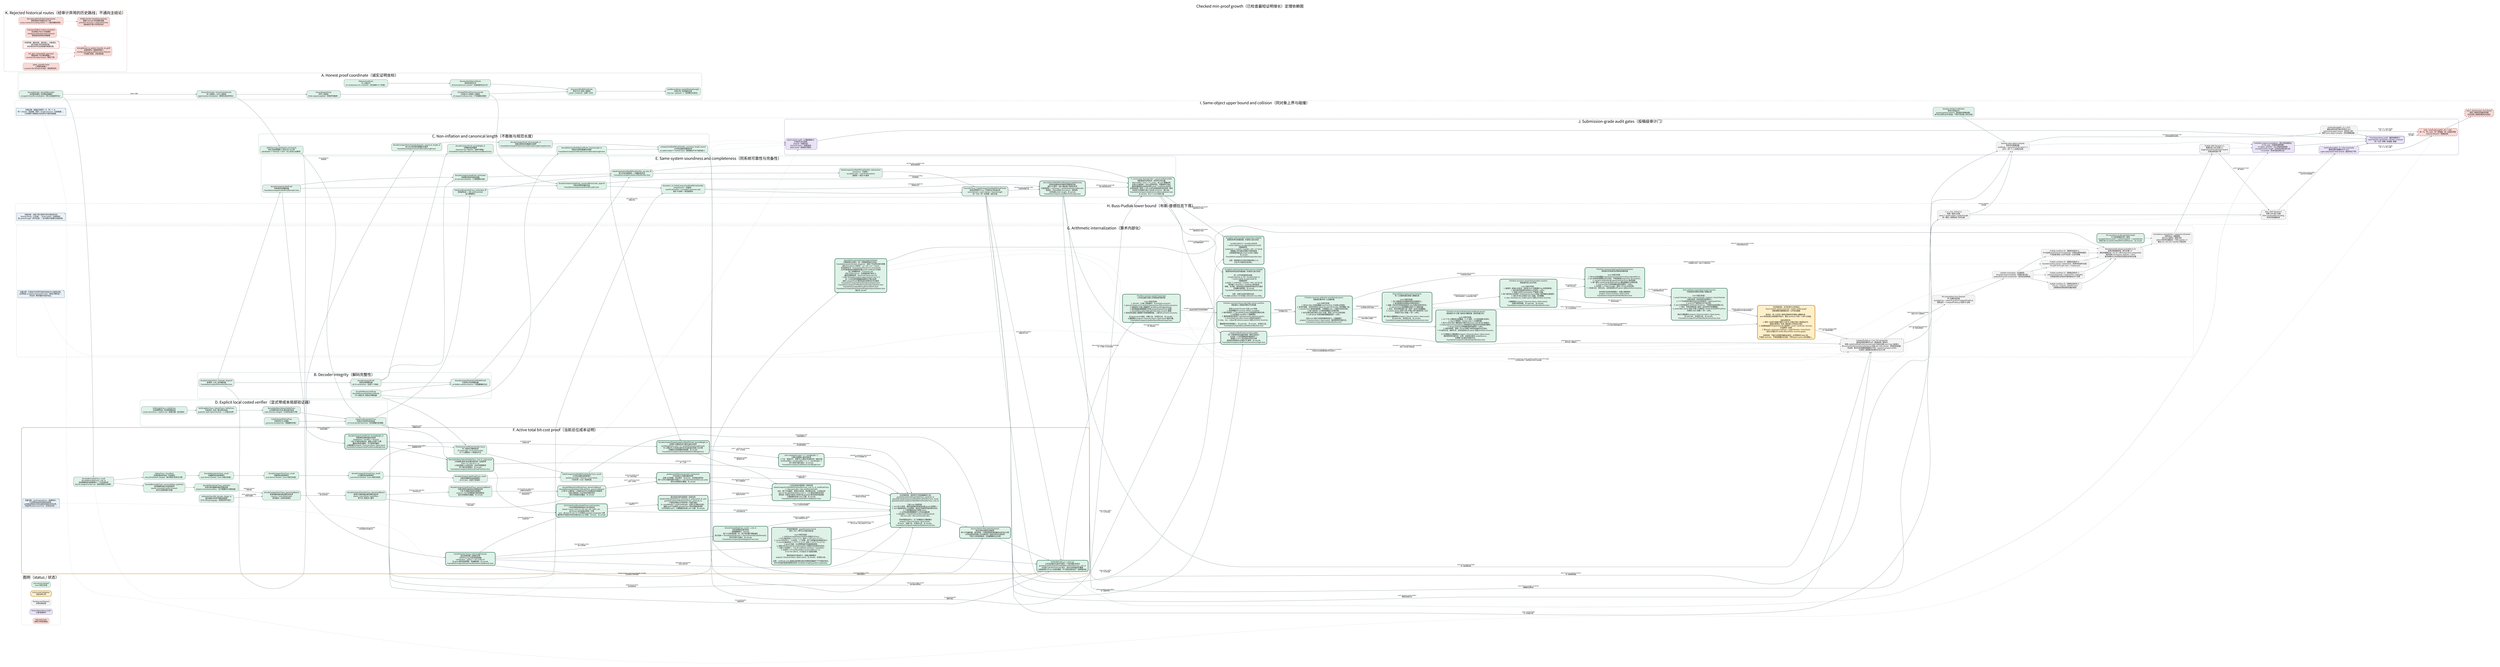
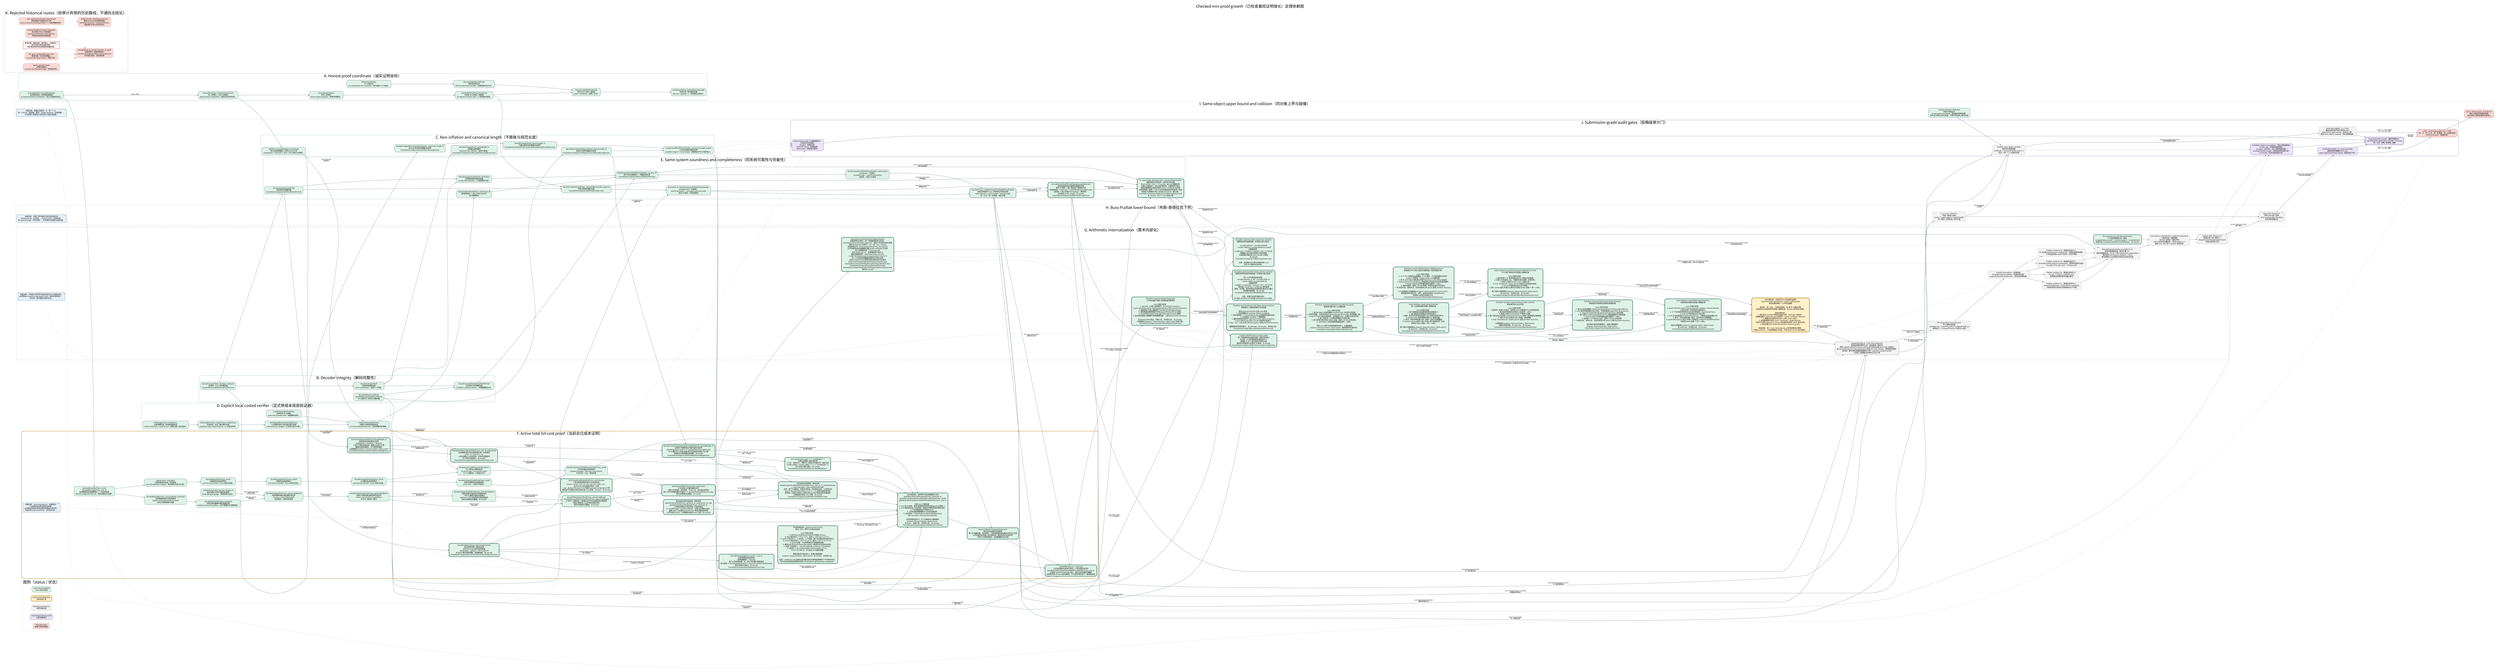
digraph CheckedMinProofDependencies {
  graph [
    rankdir=LR,
    bgcolor="white",
    compound=true,
    newrank=true,
    pad="0.35",
    nodesep="0.30",
    ranksep="0.62",
    fontname="Noto Sans CJK SC",
    fontsize=24,
    label="Checked min-proof growth（已检查最短证明增长）定理依赖图",
    labelloc="t",
    labeljust="c"
  ];
  node [
    shape=box,
    style="rounded,filled",
    fontname="Noto Sans CJK SC",
    fontsize=10.5,
    color="#526d75",
    fillcolor="#eef3f4",
    margin="0.14,0.09",
    penwidth=1.2
  ];
  edge [
    fontname="Noto Sans CJK SC",
    fontsize=8.5,
    color="#65777d",
    arrowsize=0.68,
    penwidth=1.05
  ];

  subgraph cluster_legend {
    label="图例（status / 状态）";
    color="#c8d1d4";
    style="rounded";
    done [label="Lean kernel checked\nLean 内核已检查", fillcolor="#dff2e8", color="#3f7c66"];
    active [label="Active proof obligation\n当前证明义务", fillcolor="#fff0c9", color="#b37a12", penwidth=2.2];
    pending [label="Pending root theorem\n待闭合根定理", fillcolor="#f3f3f3", color="#777777", style="rounded,filled,dashed"];
    audit [label="Axiom/dependency audit\n公理/依赖审计", fillcolor="#e9e3f5", color="#76639a"];
    rejected [label="Rejected route\n经审计弃用的路线", fillcolor="#f8d9d6", color="#a8443d", style="rounded,filled,dashed"];
  }

  subgraph cluster_coordinate {
    label="A. Honest proof coordinate（诚实证明坐标）";
    color="#8fb7aa";
    style="rounded";

    natcode [label="binaryNatCode / decodeBinaryNat\n自然数前缀码 / 自然数前缀解码\nescaped-bit prefix serialization（转义位前缀序列化）", fillcolor="#dff2e8"];
    syntaxcode [label="binaryTermCode + binaryFormulaCode\n项二进制码 + 公式二进制码\ntyped syntax serialization（类型化语法序列化）", fillcolor="#dff2e8"];
    sequentcode [label="binarySequentCode\n序列二进制码\nfinite sequent payload（有限序列载荷）", fillcolor="#dff2e8"];
    prooftree [label="CheckedPAProofTree.binaryCode\n已检查 PA 证明树二进制码\n10 sequent-calculus rules（十条相继式规则）", fillcolor="#dff2e8"];
    axiomcert [label="PAAxiomCertificate\nPA 公理证书\n23 constructors incl. induction（含归纳的 23 个构造）", fillcolor="#dff2e8"];
    structcert [label="StructuralValidityCertificate\n结构有效性证书\nall local witnesses counted（全部局部见证计长）", fillcolor="#dff2e8"];
    certifiedcode [label="binaryCertifiedPAProofCode\n带证书 PA 证明二进制码\nproof + certificate（证明 + 证书）", fillcolor="#dff2e8"];
    packedcode [label="packBinaryString / packedPayloadLength\n位串打包 / 有效载荷长度\nNat.size = payload + 1（自然数位长等式）", fillcolor="#dff2e8"];

    natcode -> syntaxcode [label="labels / 标签"];
    syntaxcode -> sequentcode;
    sequentcode -> prooftree;
    axiomcert -> structcert;
    prooftree -> certifiedcode;
    structcert -> certifiedcode;
    certifiedcode -> packedcode;
  }

  subgraph cluster_decoder {
    label="B. Decoder integrity（解码完整性）";
    color="#8fb7aa";
    style="rounded";

    typeddecoder [label="decodeCompactTerm / Formula / Sequent\n紧凑项 / 公式 / 序列解码器\nFoundationCompactPAProofVerifier.lean", fillcolor="#dff2e8"];
    proofdecoder [label="decodeCompactProof\n紧凑证明树解码器\nall 10 constructors（全部十个构造）", fillcolor="#dff2e8"];
    certdecoder [label="decodePAAxiomCertificate\ndecodeStructuralValidityCertificate\nPA 公理证书 / 结构证书解码器", fillcolor="#dff2e8"];
    packeddecoder [label="decodeCompactPackedCertifiedPAProof\n打包带证书证明解码器\nno hidden auxiliary witness（无隐藏辅助见证）", fillcolor="#dff2e8"];

    typeddecoder -> proofdecoder;
    certdecoder -> packeddecoder;
    proofdecoder -> packeddecoder;
  }

  subgraph cluster_size {
    label="C. Non-inflation and canonical length（不膨胀与规范长度）";
    color="#8fb7aa";
    style="rounded";

    structural [label="decodeCompactProof_parseWeight_le\n证明解码结构量界\nstructural non-inflation（结构不膨胀）\nFoundationCompactProofDecoderStructuralBound.lean", fillcolor="#dff2e8"];
    syntaxcanonical [label="decodeCompactTerm/Formula/Sequent_canonical_length_le\n项/公式/序列规范重编码长度界\nFoundationCompactCanonicalDecodeLength.lean", fillcolor="#dff2e8"];
    proofcanonical [label="decodeCompactProof_binaryLength_le\n完整证明树规范重编码长度界\nFoundationCompactProofCanonicalDecodeLengthComplete.lean", fillcolor="#dff2e8"];
    certcanonical [label="decodeStructuralValidityCertificate_binaryLength_le\n结构证书规范重编码长度界\nFoundationCompactCertificateCanonicalDecodeLength.lean", fillcolor="#dff2e8"];
    totalcanonical [label="compactCertifiedPAProofVerifier_canonical_length_bound\n公开验证器规范载荷总界\naccepted output <= honest input（接受输出不长于诚实输入）", fillcolor="#dff2e8"];
    transformsize [label="shift/free/neg/substitution size bounds\n移位/自由变量嵌入/否定/代入大小界\nsubstitution <= formula × term（代入至多公式乘项）", fillcolor="#dff2e8"];

    typeddecoder -> syntaxcanonical;
    proofdecoder -> structural;
    syntaxcanonical -> proofcanonical;
    certdecoder -> certcanonical;
    proofcanonical -> totalcanonical;
    certcanonical -> totalcanonical;
    syntaxcode -> transformsize;
  }

  subgraph cluster_explicit_local {
    label="D. Explicit local costed verifier（显式带成本局部验证器）";
    color="#8fb7aa";
    style="rounded";

    biteq [label="bitStringEqTrace / natEqTrace\n位串相等轨迹 / 自然数相等轨迹\nresult correctness + explicit cost（结果正确 + 显式成本）", fillcolor="#dff2e8"];
    bitset [label="bitStringMemTrace / SubsetTrace / SetEqTrace\n位串成员 / 包含 / 集合等价轨迹\nquadratic-style explicit bounds（二次型显式界）", fillcolor="#dff2e8"];
    formulalist [label="formulaEq/Mem/Subset/SetEqTrace\n公式相等/成员/包含/集合等价轨迹\ncode emission charged（公式码生成已计费）", fillcolor="#dff2e8"];
    listedtree [label="ListedCheckedPAProofTree\n列表序列 PA 证明树\npreserves decoded lists（保留解码列表）", fillcolor="#dff2e8"];
    listedcert [label="listedCertificateValidTrace\n列表证书有效性成本轨迹\nno Finset decide black box（无有限集判定黑箱）", fillcolor="#dff2e8"];

    biteq -> bitset;
    bitset -> formulalist;
    listedtree -> listedcert;
    formulalist -> listedcert;
    transformsize -> listedcert [label="local transforms\n局部变换"];
  }

  subgraph cluster_same_system {
    label="E. Same-system soundness and completeness（同系统可靠性与完备性）";
    color="#8fb7aa";
    style="rounded";

    listdecoder [label="decodeCompactListedProof\n列表保持证明解码器\nFoundationCompactListedProofDecoder.lean", fillcolor="#dff2e8"];
    projection [label="decodeCompactListedProof_toChecked\n列表解码投影到原检查器\n10-rule fuel induction（十规则燃料归纳）", fillcolor="#dff2e8"];
    localiff [label="listedCertificateValidTrace_toChecked_iff\n新局部轨迹 <-> 原 certificateValid\n语义精确等价", fillcolor="#dff2e8"];
    publiciff [label="listedCompactCertifiedPAProofVerifier_eq_true_iff\n新公开验证器接受 <-> 精确检查关系\nFoundationCompactListedCertifiedVerifier.lean", fillcolor="#dff2e8"];
    soundness [label="listedCompactCertifiedPAProofVerifier_toDerivation\nsoundness（可靠性）\naccepted code -> real PA Derivation2\n接受码 -> 真实 PA 推导", fillcolor="#dff2e8"];
    listencoder [label="decodeCompactListedProof_canonicalBinaryCode_append\n列表证明规范编码往返\nFoundationCompactListedProofEncoder.lean", fillcolor="#dff2e8"];
    completeness [label="derivation_to_listedCompactCertifiedPAProofVerifier\ncompleteness（完备性）\nreal PA derivation -> accepted canonical code\n真实 PA 推导 -> 规范接受码", fillcolor="#dff2e8"];
    predicate [label="Concrete P(x,y) / ListedCompactCertifiedPAProofChecks\n具体证明谓词 P(x,y) / 列表带证书检查关系\nsame formula + same checker + honest length\n同一公式 + 同一检查器 + 诚实长度", fillcolor="#dff2e8", penwidth=2.0];
    minmeasure [
      label="minListedCertifiedPAProofPayloadLength(formula)\n具体检查器诱导的最短完整载荷长度\n真实 PA 推导 -> 最小值由某个接受码实现\n任意接受码 -> minimum <= packedPayloadLength(code)\n接受码 -> 同公式真实 Derivation2（推导树）\n无项目级 proof_length；无 sorryAx\nFoundationCompactListedMinProofLength.lean",
      fillcolor="#dff2e8", color="#2f6f57", penwidth=2.8
    ];
    canonicalnormalize [
      label="P_canon(code, formulaCode) + canonical Bool verifier\n纯数值规范证明关系 + 规范布尔验证器\nBool verifier = true <-> P_canon，由 Lean 精确证明\n任意公开接受码 -> 同公式码规范码，完整载荷不增长\n最短完整载荷必由真实规范 proof + certificate 码实现\n全体码有限一致性 <-> 同 cutoff 的纯数值规范码有限一致性\n非规范/冗余编码不能人为压低 minimum（最小值）\nFoundationCompactListedCanonicalNormalization.lean\n无 sorryAx；仅三个 Lean 标准公理",
      fillcolor="#dff2e8", color="#2f6f57", penwidth=2.8
    ];

    typeddecoder -> listdecoder;
    listdecoder -> projection;
    proofdecoder -> projection;
    listedcert -> localiff;
    projection -> publiciff;
    localiff -> publiciff;
    packeddecoder -> publiciff;
    publiciff -> soundness;
    prooftree -> listencoder;
    listdecoder -> listencoder;
    listencoder -> completeness;
    listedcert -> completeness;
    soundness -> predicate;
    completeness -> predicate;
    predicate -> minmeasure [label="minimum over accepted codes\n对接受码取最小值"];
    completeness -> minmeasure [label="nonempty accepted set\n接受集合非空"];
    publiciff -> canonicalnormalize [label="decode every accepted code\n解码任意接受码"];
    listencoder -> canonicalnormalize [label="canonical re-encoding\n规范重编码"];
    totalcanonical -> canonicalnormalize [label="no payload growth\n载荷不增长"];
    minmeasure -> canonicalnormalize [label="minimum realized canonically\n最小值由规范码实现"];
  }

  subgraph cluster_cost_active {
    label="F. Active total bit-cost proof（当前总位成本证明）";
    color="#c18a27";
    style="rounded,bold";

    nattrace [label="decodeBinaryNatTrace_result\ndecodeBinaryNatTrace_cost_le\n自然数解码轨迹结果等价 + 二次位成本界\nNat.bit charged by Nat.size（按自然数位长收费）", fillcolor="#dff2e8", color="#3f7c66"];
    tracebind [label="OptionTrace + traceBind\n可选结果成本轨迹 + 轨迹绑定\nevery bind/failure charged（每次绑定/失败均计费）", fillcolor="#dff2e8", color="#3f7c66"];
    vectortrace [label="decodeManyVectorTrace_result\n向量解码轨迹结果等价\nLean kernel checked（Lean 内核已检查）", fillcolor="#dff2e8", color="#3f7c66"];
    termtrace [label="decodeCompactTermTrace_result\n项解码轨迹结果等价\nLean kernel checked（Lean 内核已检查）", fillcolor="#dff2e8", color="#3f7c66"];
    formulatrace [label="decodeCompactFormulaTrace_result\n公式解码轨迹结果等价\nLean kernel checked（Lean 内核已检查）", fillcolor="#dff2e8", color="#3f7c66"];
    prooftrace [label="decodeCompactListedProofTrace_result\n列表证明解码轨迹结果等价\nall 10 rules（全部十条规则）", fillcolor="#dff2e8", color="#3f7c66"];
    certtrace [label="PA/structural certificate decoder traces\nPA / 结构证书解码轨迹\n23 axiom tags + 4 recursive nodes\n23 个公理标签 + 4 种递归节点", fillcolor="#dff2e8", color="#3f7c66"];
    publictrace [label="listedCompactCertifiedPAProofVerifierTrace_result\n公开验证器轨迹结果等价\npacked envelope + formula + local checks\n打包外壳 + 公式 + 局部检查", fillcolor="#dff2e8", color="#3f7c66"];
    natpotential [label="decodeBinaryNatTrace_success/failure_potential\n自然数解码成功/失败势能界\nquartic consumed-prefix invariant\n四次已消费前缀不变量", fillcolor="#dff2e8", color="#3f7c66"];
    vectorpotential [label="decodeManyVectorTrace_potential\n任意长度向量解码摊还势能定理\ndisjoint consumed prefixes（互不重叠的已消费前缀）", fillcolor="#dff2e8", color="#3f7c66"];
    symbolcharge [label="arithmeticFunc/Rel_decode_charge_le\n算术函数/关系符号解码收费界\nfinite ORing language（有限有序环语言）", fillcolor="#dff2e8", color="#3f7c66"];
    termpotential [label="decodeCompactTermTrace_parserCostBound\n紧凑项解码器全路径摊还成本界\nsuccess + every failure path\n成功路径 + 全部失败路径", fillcolor="#dff2e8", color="#3f7c66"];
    formulapotential [label="decodeCompactFormulaTrace_parserCostBound\n紧凑公式解码器全路径摊还成本界\natoms / connectives / quantifiers\n原子式 / 联结词 / 量词", fillcolor="#dff2e8", color="#3f7c66"];
    proofpotential [
      label="decodeCompactListedProofTrace_parserCostBound\n列表证明树全路径四次势能成本界\n十条 PA 相继式规则全部通过\nand/cut 二叉子证明势能已望远镜相消\n成功/失败路径全覆盖；无 sorryAx",
      fillcolor="#dff2e8", color="#3f7c66"
    ];
    certpotential [
      label="decodePAAxiomCertificateTrace_parserCostBound\ndecodeStructuralValidityCertificateTrace_parserCostBound\n23 种 PA 公理标签 + 4 种递归证书节点全路径四次势能界\n归纳公理体和二元证书树已摊还闭合\n成功/失败路径全覆盖；无 sorryAx",
      fillcolor="#dff2e8", color="#3f7c66", penwidth=2.2
    ];
    packedcost [
      label="packed proof/formula decoder cost bounds\n打包证明/公式解码器成本界\n证明+证书串联、末位哨兵、dropLast、空后缀全部闭合\n两个公开打包解码器均不超过 2 × decoderPotential(Nat.size code)\n成功/失败路径全覆盖；无 sorryAx",
      fillcolor="#dff2e8", color="#2f6f57", penwidth=2.8
    ];
    transformcode [
      label="transformation binary-code length bounds\n语法变换完整二进制码长界\nshift/free/neg 均至多线性膨胀\nsubstitution：|phi[t]| <= 3(F+1)(W+1)F\n含 qpow 量词深度预算；无隐藏参数；无 sorryAx\nFoundationCompactSyntaxTransformationCodeBounds.lean",
      fillcolor="#dff2e8", color="#2f6f57", penwidth=2.8
    ];
    negtrace [
      label="binaryFormulaNegTrace_result / _cost_le\n否定变换真实递归轨迹\n结果精确等于 ∼formula\n每个公式构造收费一步；原子项向量不重复遍历\n执行成本 <= formulaSymbolCount <= |binaryFormulaCode(formula)|\n单文件探针已通过；无 sorryAx\nFoundationCompactSyntaxNegationTrace.lean",
      fillcolor="#dff2e8", color="#2f6f57", penwidth=2.8
    ];
    axmjoint [
      label="axm comparator input <= 2 * jointWeight + 1\n公理比较器输入联合坐标界\n上下文、候选句子、完整 PA 公理证书均落在同一诚实位权\ncertificateBits + sentenceBits + 1 <= 2 * jointWeight + 1\n四个坐标引理已通过；无 sorryAx\nFoundationCompactListedAxiomJointWeight.lean",
      fillcolor="#dff2e8", color="#2f6f57", penwidth=2.8
    ];
    honestproof [
      label="decodeCompactListedProof_honestWeight_le\n列表保持证明树诚实位权界\nweight(tree) + 8|suffix| <= 8|input|\n十条 PA 规则全部闭合；重复公式逐个计费\n覆盖任意成功解码，不只是规范编码\n公理画像仅 propext / Classical.choice / Quot.sound\nFoundationCompactListedProofHonestWeight.lean",
      fillcolor="#dff2e8", color="#2f6f57", penwidth=2.8
    ];
    honestcert [
      label="decodeCompactPackedListedCertifiedPAProof_honestWeight_le\n证明树+完整结构证书联合诚实位权界\njointWeight(tree,cert) <= 8 * packedPayloadLength(code)\nPA 公理证书 23 标签及递归证书全部由实际输入位计费\n无辅助见证和隐藏长度参数；无 sorryAx\nFoundationCompactListedCertifiedHonestWeight.lean",
      fillcolor="#dff2e8", color="#2f6f57", penwidth=2.8
    ];
    localprimitives [
      label="formulaEq/Mem/Subset/SetEqTrace_cost_le_polynomial\n公式相等/成员/包含/集合等价统一位成本界\nP(w) = 4 + 2(w+3)^2 + w\nw 是全部输入公式码位权，包含列表重复项\n四个端点全部通过；无 sorryAx\nFoundationCompactListedLocalCostPrimitives.lean",
      fillcolor="#dff2e8", color="#2f6f57", penwidth=2.8
    ];
    localbranches9 [
      label="10/10 listedCertificateValidTrace cost branches\n十条证明规则局部成本分支全部闭合\nclosed / verum / and / or / all / exs / wk / shift / cut：\n由 P(G(w)) 及生成语法界统一计费\naxm：由 A(w)=K*(2w+1)^12 的真实 guarded comparator 计费\n最终每节点固定多项式包络已由 Lean 检查；无 haxm、无 sorryAx",
      fillcolor="#dff2e8", color="#2f6f57", penwidth=2.8
    ];
    localinduction [
      label="联合坐标内部归纳骨架 + 具体实例\nlistedCertificateValidTrace_jointCost_le_polynomial_of_axm\nguardedListedCertificateValidTrace_jointCost_le\n十规则证明树/证书同步统一归纳已通过\nb = proofWeight + certificateWeight（证明+证书联合位权）\n抽象 haxm 已由真实 guarded axm 成本定理具体消除\n公开实例无 haxm；公理画像仅标准 Lean 公理；无 sorryAx",
      fillcolor="#dff2e8", color="#2f6f57", penwidth=2.8
    ];
    publicskeleton [
      label="公开总成本内部骨架 + 具体实例\nlistedCompactCertifiedPAProofVerifierTrace_cost_le_of_certificateTrace\ns = Nat.size(code) + Nat.size(formulaCode)\n合并：两个打包解码、局部证书检查、结论集合比较、公式码比较\nQ(s)=4*decoderPotential(s)+L(s)+1，L(s) 是显式固定多项式\n原先唯一内部证书成本义务现已由 guarded 联合成本定理消除\n公理画像仅标准 Lean 公理；无 sorryAx\nFoundationCompactListedPublicCostSkeleton.lean",
      fillcolor="#dff2e8", color="#2f6f57", penwidth=2.8
    ];
    publiccost [
      label="【主终端完成：具体带守卫检查器最终汇合】\nguardedListedCertificateValidTrace_jointCost_le\nguardedListedCompactCertifiedPAProofVerifierTrace_result\nguardedListedCompactCertifiedPAProofVerifierTrace_cost_le\n\n已由 Lean 内核检查：\n1. axm 的 23 标签、接受/拒绝路径和候选长度 guard 全部统一；\n2. axm 局部成本进入与证明树、结构证书相同的诚实联合位权；\n3. 十规则整树成本不再带 haxm；\n4. 公开轨迹结果精确等于公开验证器结果；\n5. 总位成本 <= listedPublicVerifierCostPolynomial(\n   Nat.size code + Nat.size formulaCode)。\n\n定向构建退出码 0；五个关键端点公理画像仅\npropext / Classical.choice / Quot.sound。\n无 haxm、无输入包、无项目公设、无 sorryAx。\nFoundationCompactListedGuardedAxiomCost.lean",
      fillcolor="#dff2e8", color="#2f6f57", penwidth=2.8
    ];
    amortized [label="Success/failure total potential bound\n成功/失败全路径总势能界\n两个打包解码器、语法变换、十规则局部检查和最终比较均已计费\n公开轨迹的所有输入对均满足同一固定多项式位成本界\n不是只分析接受路径；无隐藏辅助见证长度", fillcolor="#dff2e8", color="#2f6f57", style="rounded,filled", penwidth=2.8];
    costnote [shape=note, label="关键注释：result equivalence（结果等价）\n只证明轨迹没有改掉验证结果；\n必须再证明成功/失败全路径的固定多项式界，\n才能声称 polynomial time（多项式时间）。", fillcolor="#e8f1f8", color="#4e7892"];
    transformtrace [label="【共享终端完成：guarded axiom trace】\n移位 / 代入 / 带守卫公理比较轨迹\n\nLean 内核已检查：\n1. shift/free/substitution/list/fixitr 的真实 QTrace；\n2. fixitr 输出码长 <= 4*(L+1)^2；成本 <= 128*(m+L+1)^2*L；\n3. succInd 四次代入、三次否定、三个析取、两个全称量词全部真实执行；\n4. succInd 输出码长 <= 10^7*(L+1)^4；成本 <= 10^11*(L+1)^12；\n5. guard 完备：合法相等候选不会被提前拒绝；\n6. 接受分支 fixitr/allClosure/formulaEq 与拒绝分支总成本均闭合；\n7. 全部 23 标签统一：true iff certificate.sentence = candidate；\n8. 总成本 <= K*(certificateBits+sentenceBits+1)^12，\n   K=10^30+(3B+4)，B 为显式 26 句固定预算。\n\n两条验收命令退出码 0；关键公理画像仅\npropext / Classical.choice / Quot.sound；无 sorryAx、无项目公设。\n\n边界：certificate-only 直接生成完整归纳句在稀疏变量编号下不可能多项式；\n本节点完成的是保持接受关系的 candidate-length guarded comparator。", fillcolor="#dff2e8", color="#2f6f57", style="rounded,filled", penwidth=2.8];
    polytime [label="VerifierBitCost(x,y) <= p(|x|+|y|)\n公开验证器总位成本不超过一个显式固定多项式\nguardedListedCompactCertifiedPAProofVerifierTrace_cost_le\n对全部 code/formulaCode 成立，成功与失败路径均覆盖\n这里是项目 QTrace 位成本模型；PA 内短证明仍由下一簇单独完成", fillcolor="#dff2e8", color="#2f6f57", style="rounded,filled", penwidth=2.8];

    natcode -> nattrace;
    nattrace -> tracebind;
    tracebind -> vectortrace;
    vectortrace -> termtrace;
    termtrace -> formulatrace;
    formulatrace -> prooftrace;
    certdecoder -> certtrace;
    formulatrace -> certtrace;
    prooftrace -> publictrace;
    certtrace -> publictrace;
    publictrace -> amortized [label="exact behavior first\n先固定精确行为"];
    nattrace -> natpotential;
    natpotential -> vectorpotential;
    vectorpotential -> termpotential [label="argument vectors\n参数向量"];
    symbolcharge -> termpotential [label="finite symbol decoding\n有限符号解码"];
    termpotential -> formulapotential [label="terms inside atoms\n原子式中的项"];
    formulapotential -> proofpotential [label="formulas inside sequents\n序列中的公式"];
    proofpotential -> certpotential [label="proof/certificate alignment\n证明树/证书树对齐"];
    formulapotential -> certpotential [label="induction body\n归纳公理体"];
    certpotential -> packedcost [label="proof + certificate stream\n证明 + 证书串"];
    publictrace -> packedcost [label="same executable result\n同一可执行结果"];
    packedcost -> publiccost [label="decoded objects\n已解码对象"];
    transformsize -> transformcode [label="from symbol count to full bits\n从符号数提升到完整位长"];
    transformcode -> negtrace [label="input bit-length control\n输入位长控制"];
    negtrace -> publiccost [label="closed/cut negation charge\n闭合/切规则否定计费"];
    transformcode -> publiccost [label="generated-code bounds\n生成公式码长界"];
    listdecoder -> honestproof [label="all successful parses\n全部成功解码"];
    honestproof -> honestcert [label="proof-tree charge\n证明树计费"];
    certcanonical -> honestcert [label="full certificate bits\n完整证书位"];
    honestcert -> publiccost [label="joint decoded-data bound\n联合解码数据界"];
    honestcert -> axmjoint [label="proof + certificate coordinate\n证明 + 证书坐标"];
    axmjoint -> publiccost [label="guarded comparator input bound\n带守卫比较器输入界"];
    listedcert -> localprimitives [label="exact trace costs\n精确轨迹成本"];
    honestproof -> localprimitives [label="duplicate-preserving weights\n保留重复项位权"];
    localprimitives -> publiccost [label="uniform quadratic bound\n统一二次界"];
    localprimitives -> localbranches9 [label="per-rule instantiation\n逐规则实例化"];
    transformcode -> localbranches9 [label="generated syntax bounds\n生成语法界"];
    localbranches9 -> publiccost [label="nine checked branches\n九条已检查分支"];
    localbranches9 -> localinduction [label="structural aggregation\n结构汇总"];
    localinduction -> publiccost [label="haxm concretely discharged\nhaxm 已由具体定理消除"];
    localinduction -> publicskeleton [label="local certificate polynomial\n局部证书多项式"];
    packedcost -> publicskeleton [label="two packed decoder bounds\n两个打包解码界"];
    honestcert -> publicskeleton [label="decoded joint weight\n解码联合位权"];
    publicskeleton -> publiccost [label="concrete discharge checked\n具体消义务已检查"];
    listedcert -> publiccost [label="explicit local checks\n显式局部检查"];
    publiccost -> amortized;
    totalcanonical -> amortized [label="consumed-length control\n消费长度控制"];
    costnote -> amortized [style=dotted, arrowhead=none, constraint=false];
    transformcode -> transformtrace;
    transformtrace -> publiccost [label="guarded axm + shift/free/substitution costs\n带守卫公理 + 移位/自由化/代入成本"];
    amortized -> polytime;
    transformtrace -> polytime;
    totalcanonical -> polytime [label="input/output length control\n输入输出长度控制"];
    listedcert -> polytime [label="local cost bounds\n局部成本界"];
    predicate -> polytime [label="exact executable relation\n精确可执行关系"];
  }

  subgraph cluster_internalization {
    label="G. Arithmetic internalization（算术内部化）";
    color="#9a9a9a";
    style="rounded,dashed";

    listedconmeta [label="ListedCertifiedFiniteConsistencyAt(k)\n同一列表保持验证器的有限一致性元层语义\n无长度 <= k 的完整载荷码被接受为 ⊥\n普通及 2^(A*n) 放大版本无条件为真\n接受反向恢复同公式真实 PA 推导；无 sorryAx\nFoundationCompactListedFiniteConsistencyTarget.lean", fillcolor="#dff2e8", color="#2f6f57", penwidth=2.8];
    arithinput [label="Primitive-recursive packed input layer\n公开验证器打包输入的原始递归算术层\n\nLean 内核已检查：\n1. Nat.bits（小端二进制展开）为 primitive recursive；\n2. getLast?/dropLast 与 sentinel payload peel 均为 primitive recursive；\n3. 剥离成功 iff 输入精确等于 packBinaryString(payload)；\n4. 新剥离器结果精确等于现有 packedPayloadTrace 结果；\n5. decodeBinaryNat 已由 right-fold state machine 重建；\n6. 新状态机逐输入精确等于原前缀解码器，二者均为 primitive recursive。\n\n无 typed syntax 假设、无输入包、无项目公设、无 sorryAx；\n公理画像仅 propext / Classical.choice / Quot.sound 或其子集。\nFoundationCompactListedVerifierArithmeticInput.lean", fillcolor="#dff2e8", color="#2f6f57", penwidth=2.8];
    tokenstream [label="Primitive-recursive binary-Nat token stream machine\n原始递归二进制自然数记号流机器\n\n具体 bounded iterator 已由 Lean 检查：\n1. 状态明确区分 running / failed / accepted；\n2. 每步调用同一个 decodeBinaryNat 并保留真实剩余位串；\n3. 总步数由 inputBits+1 明确限制；\n4. 最终结果逐位串等于 repeated-prefix reference parser；\n5. binaryNatCode token stream 的规范往返成立；\n6. step、run、output 和 reference parser 全部 primitive recursive。\n\n覆盖畸形和非规范输入；无 rawCode、无 sorryAx、无项目公设。\nFoundationCompactBinaryNatStreamMachine.lean", fillcolor="#dff2e8", color="#2f6f57", penwidth=2.8];
    syntaxparser [label="Primitive-recursive arithmetic term/formula parser\n原始递归算术项 / 公式解析器\n\nLean 内核已检查：\n1. 纯 Nat token 状态机覆盖 bvar/fvar/func 与全部公式构造；\n2. 有序环函数、关系符号码与 typed decoder 的 decode₂ 条件精确一致；\n3. repeat frame 逐项处理参数，不按稀疏 arity 一次展开巨型任务表；\n4. 每个真实项 / 公式都有精确执行步数定理；\n5. 执行步数不超过真实 token 长度，固定二次 fuel 必然足够；\n6. 公开 parser 对规范编码精确返回同一 suffix。\n\n定向 Lean 探针与目标构建退出码 0；公理画像仅\npropext / Classical.choice / Quot.sound；静态禁用项扫描为空。\nFoundationCompactSyntaxTokenMachine.lean", fillcolor="#dff2e8", color="#2f6f57", penwidth=2.8];
    syntaxinversion [label="Exact arbitrary-input syntax inversion\n项 / 公式解析器任意输入精确反演\n\nLean 内核已检查：\n1. 每个纯数值任务栈都有类型化前缀语义；\n2. 每次数值状态转换反向保持该语义；\n3. 函数 / 关系符号有效码恢复同 arity 的真实有序环符号；\n4. repeat frame 恢复精确长度的 Fin 参数向量；\n5. 成功、失败及畸形输入统一由同一后向不变量覆盖；\n6. numeric parser 返回 suffix iff 输入等于某真实项 / 公式\n   的规范 token 前缀 ++ 同一 suffix。\n\n两个端点公理画像仅 propext / Classical.choice / Quot.sound；\n无 rawCode、无项目公设、无 sorryAx。\nFoundationCompactSyntaxTokenMachineInversion.lean", fillcolor="#dff2e8", color="#2f6f57", penwidth=2.8];
    closedformula [label="Primitive-recursive closed-formula token machine\n原始递归闭公式记号机\n\nLean 内核已检查：\n1. 复用同一紧凑公式语法，但所有 term 位置遇到 fvar 标签即拒绝；\n2. 每次成功恢复真实类型化公式及同一 suffix；\n3. 恢复公式的 freeVariables 严格等于空集；\n4. 每个真实闭公式及每个 ArithmeticSentence 的嵌入规范编码必被接受；\n5. 成功 iff 闭公式规范 token 前缀，双向精确；\n6. step / bounded run / public parser 全部 primitive recursive。\n\n公理画像仅 propext / Classical.choice / Quot.sound；\n无额外闭性参数、无 rawCode、无 sorryAx。\nFoundationCompactClosedFormulaTokenMachine.lean", fillcolor="#dff2e8", color="#2f6f57", penwidth=2.8];
    proofparser [label="Primitive-recursive listed-proof structural parser\n原始递归列表保持证明树结构解析器\n\nLean 内核已检查：\n1. 纯 Nat 任务栈覆盖 closed/axm/verum/and/or/all/exs/wk/shift/cut；\n2. axm 标签现调用独立闭公式机，不再把普通 proposition 当 sentence；\n3. sequent cardinality 由 repeat-formula frame 逐项消费；\n4. 每个真实 ListedCheckedPAProofTree 都有精确执行步数定理；\n5. and/cut 左右子证明按编码顺序消费同一 suffix；\n6. 总步数 <= 2*tokenLength，固定二次 fuel 必然足够；\n7. 十标签分派、闭句分支、总状态机和公开 parser 全部 primitive recursive。\n\n定向探针及目标构建通过；关键公理画像仅\npropext / Classical.choice / Quot.sound。\nFoundationCompactProofTokenMachine.lean", fillcolor="#dff2e8", color="#2f6f57", penwidth=2.8];
    proofinversion [label="Exact arbitrary-input listed-proof inversion\n列表保持证明树任意输入精确反演\n\nLean 内核已检查：\n1. proof / formula / term / repeat-formula / sequent / closed-formula\n   六类任务统一具有类型化前缀语义；\n2. 十个节点标签的每条反向分支均恢复同一 typed proof tree；\n3. and/cut 严格恢复左右子树次序；\n4. axm 分支恢复真实 ArithmeticSentence，不接受含自由变量公式；\n5. 成功、失败及畸形输入由同一后向状态不变量覆盖；\n6. proof token parser 成功 iff 输入为某真实 ListedCheckedPAProofTree\n   的规范 token 前缀 ++ 同一 suffix。\n\n端点公理画像仅 propext / Classical.choice / Quot.sound；\n无 rawCode、无项目公设、无 sorryAx。\nFoundationCompactProofTokenMachineInversion.lean", fillcolor="#dff2e8", color="#2f6f57", penwidth=2.8];
    certparser [label="Primitive-recursive PA/structural certificate parsers\n原始递归 PA 公理 / 结构证书解析器（规范完备方向）\n\nLean 内核已检查：\n1. 23 个 PA 公理标签全部覆盖；0..21 固定，3/4 校验函数/关系码；\n2. tag 22 调用同一 binder-arity-1 公式解析器；\n3. 新 PA 证书 token 编码逐证书等于旧 binary code 的 Nat 前缀流；\n4. leaf/axiomCert/unary/binary 四类结构证书由显式任务栈递归解析；\n5. binary 左右子证书按编码顺序消费同一 suffix；\n6. 线性步数界、固定二次 fuel 和两个规范往返端点均已闭合；\n7. PA 标签分派、结构节点、总状态机和公开 parser 全部 primitive recursive。\n\n七个关键端点公理画像仅 propext / Classical.choice / Quot.sound；\n静态禁用项扫描为空。边界：这里闭合规范 completeness，\n任意输入反演仍在黄色节点。\nFoundationCompactCertificateTokenMachine.lean", fillcolor="#dff2e8", color="#2f6f57", penwidth=2.8];
-     numericparser [label="【主终端当前：证书反演与公开组合】\nExact numeric-parser inversion + public verifier graph\n纯数值解析器精确反演 + 公开验证器图\n\n新闭合：项 / 公式及十规则证明树的任意输入精确反演；\naxm 闭句检查已在数值机中执行，真实 sentence 与同一 suffix 已恢复。\n\n当前证明任务：\n1. 把同一反演不变量扩展到 23 类 PA 公理证书和 4 类结构证书，\n   排除任意成功 / 失败 / 畸形输入中的伪证书树；\n2. 证明数值接受 iff typed decoder 接受同一 proof / certificate / formula，\n   并消费同一后缀；\n3. 把 proof + structural certificate + target formula + local checks\n   组合为完整公开 verifier 的 primitive-recursive graph。\n\n完成标准：不能只证明规范编码会成功；必须排除伪 token 树，\n不借旧 rawCode，不增加隐藏见证长度，不把 typed syntax 当外部输入。", fillcolor="#fff0c9", color="#b37a12", penwidth=2.8];
+     certinversion [label="Exact arbitrary-input PA/structural certificate inversion\nPA 公理 / 结构证书任意输入精确反演\n\nLean 内核已检查：\n1. 固定标签 0..21 逐项恢复对应 PA 公理证书构造器；\n2. 标签 3/4 恢复同 arity、同编码的真实函数 / 关系符号；\n3. 标签 22 恢复 binder-arity-1 归纳公式；\n4. leaf / axiomCert / unary / binary 四类节点全部反向恢复；\n5. binary 严格恢复左右子证书顺序；\n6. 两个 parser 成功 iff 输入为真实证书规范 token 前缀 ++ 同一 suffix。\n\n两个端点公理画像仅 propext / Classical.choice / Quot.sound；\n无 rawCode、无项目公设、无 sorryAx。\nFoundationCompactCertificateTokenMachineInversion.lean", fillcolor="#dff2e8", color="#2f6f57", penwidth=2.8];
+     numericparser [label="【主终端当前：位级对应与公开局部检查图】\nTyped-decoder equivalence + public verifier graph\n类型化解码等价 + 公开验证器图\n\n新闭合：项 / 公式、十规则证明树、23 类 PA 公理证书和\n4 类结构证书全部具有任意输入精确反演；伪 token 树风险已排除。\n\n当前证明任务：\n1. 把任意 binaryNat 非规范位编码与同一 Nat token 流同步，\n   证明数值机与 typed decoder 恢复同一 proof / certificate / formula；\n2. 精确对应消费后的 token suffix 与 bit suffix；\n3. 在纯数值图中组合 proof + certificate + target formula，\n   并执行与现有 listed local checks 完全相同的规则 / 证书 / 结论比较；\n4. 闭合完整公开 verifier 的 primitive-recursive graph。\n\n完成标准：同一 code / formulaCode 上接受结果逐点相等；\n不借旧 rawCode，不增加隐藏见证长度，不把 typed syntax 当外部输入。", fillcolor="#fff0c9", color="#b37a12", penwidth=2.8];
    compactformula [label="CompactProof(x,y) + Con_PA^compact(k)\n紧凑证明谓词算术公式 + 紧凑有限一致性句\n绿色 ListedCertifiedFiniteConsistencyAt 已给出正确 Lean Prop 元层语义\n旧 succinctFiniteConsistencySentence 仍指 raw-code checker（原始码检查器）\n待证明：算术句标准模型精确等价于同一 guarded compact verifier\n以及短二进制数词实例的公式大小界", fillcolor="#f3f3f3", color="#777777", style="rounded,filled,dashed", penwidth=2.0];
    patrace [label="PA computation-trace theorem\nPA 计算轨迹定理\naccepted run -> short PA proof of CompactProof(x,y)\n接受运行 -> CompactProof(x,y) 的短 PA 证明", fillcolor="#f3f3f3", color="#777777", style="rounded,filled,dashed"];
    suitable [label="suitable numeration（合适枚举）\nbit graph representability（位图可表示性）\npolynomial proof construction（多项式证明构造）", fillcolor="#f3f3f3", color="#777777", style="rounded,filled,dashed"];
    cond0 [label="Pudlak condition (0)（普德拉克条件 0）\nPA 内证明 proof-bound monotonicity（证明长度界单调性）\nP 的较紧/较松 cutoff 可在同一公式中转换", fillcolor="#f3f3f3", color="#777777", style="rounded,filled,dashed"];
    cond1 [label="Pudlak condition (1)（普德拉克条件 1）\nexternal short proof -> internal P(n, code(phi))\n外部短证明以多项式开销内部化为 P 实例", fillcolor="#f3f3f3", color="#777777", style="rounded,filled,dashed"];
    cond2 [label="Pudlak condition (2)（普德拉克条件 2）\nP(n,m) -> P(q1(n), code(P(n,m)))\n证明谓词实例自身的定量内部化", fillcolor="#f3f3f3", color="#777777", style="rounded,filled,dashed"];
    cond3 [label="Pudlak condition (3)（普德拉克条件 3）\nbounded modus ponens composition（有界肯定前件合成）\nP(n,phi) 与 P(n,phi->psi) -> P(q2(n),psi)", fillcolor="#f3f3f3", color="#777777", style="rounded,filled,dashed"];
    mpcompiler [label="Accepted-code bounded modus ponens compiler\n接受码有界肯定前件编译器（外部语义层已闭合）\n\n同一公开列表保持验证器：\naccept(codeImp, A->B) + accept(codeA, A)\n  -> exists codeB, accept(codeB, B)\n完整载荷界：\n|codeB| <= |codeImp| + |codeA| + 240 + 34*S(A,B)\n两份输入 proof tree + certificate 原样复用\n树级、证书级、规范码级及任意接受码端点均已通过\n无隐藏长度参数；无 sorryAx\nFoundationCompactCertifiedModusPonens.lean\n\n注意：这里只关闭外部码合成；\nPA 内部 condition (3) 仍须由 arithmetic trace 内化。", fillcolor="#dff2e8", color="#2f6f57", penwidth=2.8];
    conjcompiler [label="Accepted-code bounded conjunction compiler\n接受码有界合取编译器（外部语义层已闭合）\n\naccept(codeA,A) + accept(codeB,B)\n  -> exists codeAnd, accept(codeAnd,A and B)\n完整载荷界：\n|codeAnd| <= |codeA| + |codeB| + 144 + 11*S(A,B)\n两棵输入树与两份完整证书原样复用\n任意接受码端点及 axiom profile 已通过\n无 sorryAx\nFoundationCompactCertifiedConjunction.lean\n\n注意：固定重言式与原文拼接步骤 (i)-(v)\n以及 PA 内部化仍未闭合。", fillcolor="#dff2e8", color="#2f6f57", penwidth=2.8];
    qdiagonal [label="Quantitative parameterized diagonalization\n定量参数化对角化（同一完整载荷坐标已闭合）\nFoundation parameterized_diagonal₁：固定 P 的全称证明为常数\n真实 Derivation2 实例化：cut + wk + exs + closed\n显式结构证书：binary(unary(baseCert), unary(leaf))\n公开列表保持验证器接受完整 proof+certificate 打包码\n短二进制数码项：2*previous+bit\n码长 O(Nat.size m)，标准模型值严格为 m\n最终完整载荷界：baseProof+baseCert+192\n + 2048*(formulaConstant+stepConstant*|m|+1)^3\n同一公式实例的精确最短载荷也不超过该界\n具体 CompactProof 谓词仍由灰色算术化节点提供\nFoundationCompactDerivationSpecialization.lean\nFoundationCompactCertifiedDerivationSpecialization.lean\nFoundationCompactBinaryNumeralTerm.lean\nFoundationCompactParameterizedDiagonalSpecialization.lean\n端点无 sorryAx", fillcolor="#dff2e8", color="#2f6f57", penwidth=2.8];
    proofassembly [label="Bounded proof-calculus assembly (i)-(v)\n有界证明演算拼接（原文步骤 i-v）\n固定命题重言式 + (0)-(3) + MP/conjunction composition\n逐步得到 not P(q5(m), bottom) -> D(m)\n每次拼接与公式实例化均须显式多项式长度", fillcolor="#f3f3f3", color="#777777", style="rounded,filled,dashed"];
    paconsistency [label="PA consistency in the standard model\nPA 在标准模型中的一致性\naccepted falsum proof -> real Derivation2 -> contradiction\n项目已有 noListedCertifiedPAProofOfFalsum；无 sorryAx", fillcolor="#dff2e8", color="#2f6f57", penwidth=2.4];
    exponentextract [label="Consistency contradiction + exponent extraction\n一致性反证 + 指数提取\n短 D(m) 证明与一致性冲突\nq5(m) 的多项式重标定 -> 存在 epsilon > 0\n推出 Con_A(n) 无 n^epsilon 长度证明", fillcolor="#f3f3f3", color="#777777", style="rounded,filled,dashed"];
    diagonal [label="Pudlak 1986 Theorem 3.1\n普德拉克 1986 定理 3.1\ndiagonal proof-length lower bound\n对角证明长度下界", fillcolor="#f3f3f3", color="#777777", style="rounded,filled,dashed", penwidth=2.0];
    internalnote [shape=note, label="关键注释：外部运行时间界不能自动变成 PA 内部短证明。\n必须构造 accepted computation trace（接受计算轨迹），\n并在同一算术编码中逐步验证。", fillcolor="#e8f1f8", color="#4e7892"];

    predicate -> compactformula [label="exact standard-model relation\n精确标准模型关系"];
    minmeasure -> compactformula [label="same honest payload length\n同一诚实载荷长度"];
    canonicalnormalize -> compactformula [style=dotted, label="normalization audit only; public guarded verifier remains the target\n仅作规范化审计；目标仍是公开带守卫验证器"];
    predicate -> listedconmeta [label="same accepted-code relation\n同一接受码关系"];
    minmeasure -> listedconmeta [label="same payload coordinate\n同一载荷坐标"];
    listedconmeta -> compactformula [label="arithmetize this exact semantics\n算术化这一精确语义"];
    canonicalnormalize -> listedconmeta [label="pointwise same-cutoff equivalence\n逐点同截断值等价"];
    polytime -> arithinput [label="same packed inputs and bit-cost coordinate\n同一打包输入与位成本坐标"];
    arithinput -> tokenstream [label="primitive-recursive payload and Nat-prefix base\n原始递归载荷与自然数前缀基础"];
    tokenstream -> syntaxparser [label="bounded exact tokenization\n有界精确记号化"];
    syntaxparser -> syntaxinversion [label="backward typed realization invariant\n反向类型化实现不变量"];
    syntaxinversion -> closedformula [label="typed prefix recovery + no-fvar invariant\n类型化前缀恢复 + 无自由变量不变量"];
    closedformula -> proofparser [label="axm sentence task\n公理叶闭句任务"];
    syntaxparser -> proofparser [label="checked syntax-task machine\n已检查语法任务机"];
    syntaxparser -> certparser [label="induction-body formula parser\n归纳公理体公式解析"];
    syntaxinversion -> proofinversion [label="term / formula arbitrary inversion\n项 / 公式任意反演"];
    proofparser -> proofinversion [label="ten-rule numeric state machine\n十规则纯数值状态机"];
    closedformula -> proofinversion [label="real sentence recovery\n真实闭句恢复"];
    proofinversion -> numericparser [label="arbitrary proof success is canonical\n任意证明成功均为真实规范前缀"];
-     certparser -> numericparser [label="23+4 certificate canonical completeness\n23+4 类证书规范完备方向"];
+     syntaxinversion -> certinversion [label="induction-formula arbitrary inversion\n归纳公式任意反演"];
+     certparser -> certinversion [label="23+4 certificate numeric machines\n23+4 类证书纯数值机"];
+     certinversion -> numericparser [label="arbitrary certificate success is canonical\n任意证书成功均为真实规范前缀"];
    numericparser -> compactformula [label="same numeric machine graph\n同一纯数值机器图"];
    compactformula -> patrace [label="fixed formula and binary numerals\n固定公式与二进制数词"];
    internalnote -> patrace [style=dotted, arrowhead=none, constraint=false];
    patrace -> suitable;
    suitable -> cond0;
    suitable -> cond1;
    suitable -> cond2;
    suitable -> cond3;
    predicate -> mpcompiler [label="same public verifier\n同一公开验证器"];
    canonicalnormalize -> mpcompiler [label="decoded payload never grows\n解码规范化不增长"];
    mpcompiler -> cond3 [style=dotted, label="external compiler closed; PA internal proof remains\n外部编译已闭合；仍需 PA 内部短证明"];
    predicate -> conjcompiler [label="same public verifier\n同一公开验证器"];
    canonicalnormalize -> conjcompiler [label="decoded payload never grows\n解码规范化不增长"];
    conjcompiler -> proofassembly [style=dotted, label="external conjunction primitive closed\n外部合取原语已闭合"];
    compactformula -> qdiagonal [style=dotted, arrowhead=none, constraint=false, label="later instantiate the closed generic compiler at concrete P\n后续把已闭合通用编译器实例化到具体 P"];
    suitable -> qdiagonal [style=dotted, arrowhead=none, constraint=false, label="concrete P conditions belong to later assembly\n具体 P 条件属于后续拼接"];
    transformcode -> qdiagonal [label="formula-instance size bound already checked\n公式实例大小界已检查"];
    cond0 -> proofassembly;
    cond1 -> proofassembly;
    cond2 -> proofassembly;
    cond3 -> proofassembly;
    qdiagonal -> proofassembly;
    proofassembly -> exponentextract;
    paconsistency -> exponentextract;
    exponentextract -> diagonal;
  }

  subgraph cluster_buss {
    label="H. Buss-Pudlak lower bound（布斯-普德拉克下界）";
    color="#9a9a9a";
    style="rounded,dashed";

    family [label="F_n = Con_T((f(n))^c)\n有限一致性公式族\nsame T / proof system / symbol length\n同一理论 / 证明系统 / 符号长度", fillcolor="#f3f3f3", color="#777777", style="rounded,filled,dashed"];
    rescale [label="Buss 1994 Theorem 5\n布斯 1994 第 5 定理\ntime-constructible rescaling\n时间可构造重标定", fillcolor="#f3f3f3", color="#777777", style="rounded,filled,dashed", penwidth=2.0];
    lower [label="minProofLength(F_n) > U(n) eventually\n最短证明长度最终大于 U(n)\nsuper-polynomial lower bound（超多项式下界）", fillcolor="#e9e3f5", color="#76639a", style="rounded,filled,dashed", penwidth=2.0];
    lowernote [shape=note, label="关键注释：文献下界只能用于原文满足条件的\nformula family（公式族）、proof system（证明系统）\n和 symbol length（符号长度）；名字相似不能替代对象恒等。", fillcolor="#e8f1f8", color="#4e7892"];

    compactformula -> family [label="same CompactProof predicate\n同一紧凑证明谓词"];
    minmeasure -> family [label="exact minimum length coordinate\n精确最短长度坐标"];
    diagonal -> rescale [label="power lower-bound seed\n幂下界种子"];
    family -> rescale;
    rescale -> lower [label="explicit time-constructible f\n显式时间可构造函数 f"];
    lowernote -> rescale [style=dotted, arrowhead=none, constraint=false];
  }

  subgraph cluster_collision {
    label="I. Same-object upper bound and collision（同对象上界与碰撞）";
    color="#9a9a9a";
    style="rounded,dashed";

    sondowcert [label="Sondow checked certificates\n索多已检查证书\nassume gamma rational（假设欧拉常数有理）\n本节点只表示证书已检查，不等于同对象上界已完成", fillcolor="#dff2e8", color="#3f7c66"];
    samecompiler [label="Sondow same-object compiler\n索多同对象编译器\ncertificate -> real proof of the same F_n\n证书 -> 同一 F_n 的真实证明", fillcolor="#f3f3f3", color="#777777", style="rounded,filled,dashed"];
    upper [label="minProofLength(F_n) <= U(n)\n最短证明长度不超过多项式 U(n)\npolynomial upper bound（多项式上界）\n等待 same-object compiler（同对象编译器）", fillcolor="#f3f3f3", color="#777777", style="rounded,filled,dashed"];
    collision [label="U(N) < minProofLength(F_N) <= U(N)\n同一 N、同一公式、同一检查器、同一长度的矛盾\ncollision theorem（碰撞定理）", fillcolor="#f8d9d6", color="#a8443d", style="rounded,filled,dashed", penwidth=2.5];
    final [label="not is_rational euler_mascheroni\n欧拉-马歇罗尼常数非有理\n仅在全部上游根定理闭合后成立", fillcolor="#f8d9d6", color="#a8443d", style="rounded,filled,dashed", penwidth=2.5];
    samenote [shape=note, label="关键注释：碰撞必须是同一 N、同一 F_N、\n同一 checker（检查器）和同一 length measure（长度度量）。\n只证明两个抽象接口各自存在不能形成碰撞。", fillcolor="#e8f1f8", color="#4e7892"];

    sondowcert -> samecompiler;
    family -> samecompiler [label="formula identity\n公式恒等"];
    predicate -> samecompiler [label="same checker/length\n同一检查器/长度"];
    minmeasure -> samecompiler [label="same minimum payload measure\n同一最短载荷度量"];
    samecompiler -> upper [label="canonical accepted proof code\n规范且被接受的证明码"];
    upper -> collision [label="same F_N / same length\n同一 F_N / 同一长度"];
    lower -> collision [label="same F_N / same length\n同一 F_N / 同一长度"];
    samenote -> collision [style=dotted, arrowhead=none, constraint=false];
    collision -> final;
  }

  subgraph cluster_audit {
    label="J. Submission-grade audit gates（投稿级审计门）";
    color="#76639a";
    style="rounded";

    axioms [label="#print axioms audit（公理画像审计）\n已完成节点仅依赖：\npropext（命题外延）\nClassical.choice（经典选择）\nQuot.sound（商类型可靠性）", fillcolor="#e9e3f5", color="#76639a"];
    forbidden [label="Forbidden project assumptions（禁止项目级假设）\nno tail_gap（无尾部间隙参数）\nno upper_provider（无上界提供者参数）\nno project proof_length（无项目证明长度公设）\nno sorryAx（无未完成证明公设）", fillcolor="#e9e3f5", color="#76639a"];
    gate [label="Final dependency audit（最终依赖审计）\nsame formula / parameter / checker / measure\n同一公式 / 参数 / 检查器 / 度量", fillcolor="#e9e3f5", color="#76639a", penwidth=2.0];

    totalcanonical -> axioms [style=dotted];
    publiciff -> axioms [style=dotted];
    completeness -> axioms [style=dotted];
    nattrace -> axioms [style=dotted];
    polytime -> forbidden [style=dashed];
    diagonal -> forbidden [style=dashed];
    samecompiler -> forbidden [style=dashed];
    lower -> gate;
    upper -> gate;
    axioms -> gate;
    forbidden -> gate;
    gate -> collision [style=dashed, label="audit pass\n审计通过"];
  }

  subgraph cluster_rejected_routes {
    label="K. Rejected historical routes（经审计弃用的历史路线；不通向主结论）";
    color="#a8443d";
    style="rounded,dashed";

    rawgodel [label="Nat.size(rawProofCode) lower bound\n原始哥德尔证明码位长下界\nunary-numeral encoding artifact（一元数词编码伪影）", fillcolor="#f8d9d6", color="#a8443d", style="rounded,filled,dashed"];
    postfixraw [label="Postfix checker rebuilding rawCode\n重建 rawCode 的后缀检查器\nprimitive recursive != polynomial time\n原始递归不等于多项式时间", fillcolor="#f8d9d6", color="#a8443d", style="rounded,filled,dashed"];
    abstractgap [label="tail_gap / computable_gap input\n尾部间隙 / 可计算间隙输入\nassumes the lower bound（预设下界）", fillcolor="#f8d9d6", color="#a8443d", style="rounded,filled,dashed"];
    abstractupper [label="upper_provider input\n上界提供者输入\nassumes the Sondow bridge（预设索多桥）", fillcolor="#f8d9d6", color="#a8443d", style="rounded,filled,dashed"];
    unsimulated [label="Unproved Hilbert-system simulation\n未证明的 Hilbert 系统模拟\nwrong/uncalibrated proof measure\n错误或未校准的证明度量", fillcolor="#f8d9d6", color="#a8443d", style="rounded,filled,dashed"];
    graft [label="strengthened_to_partial / transfer_to_graft\n加强到部分 / 嫁接转移接口\ninterface packaging without source theorem\n只有接口包装、没有源定理", fillcolor="#f8d9d6", color="#a8443d", style="rounded,filled,dashed"];
    rejectednote [shape=note, label="弃用判据：编码伪影、循环输入、对象错位，\n或只给接口而没有根定理。\n本区域没有任何边连接最终碰撞定理。", fillcolor="#fff1f0", color="#a8443d"];

    rawgodel -> postfixraw [style=dotted, color="#a8443d"];
    abstractgap -> graft [style=dotted, color="#a8443d"];
    abstractupper -> graft [style=dotted, color="#a8443d"];
    unsimulated -> graft [style=dotted, color="#a8443d"];
    rejectednote -> graft [style=dotted, arrowhead=none, color="#a8443d"];
  }
}
